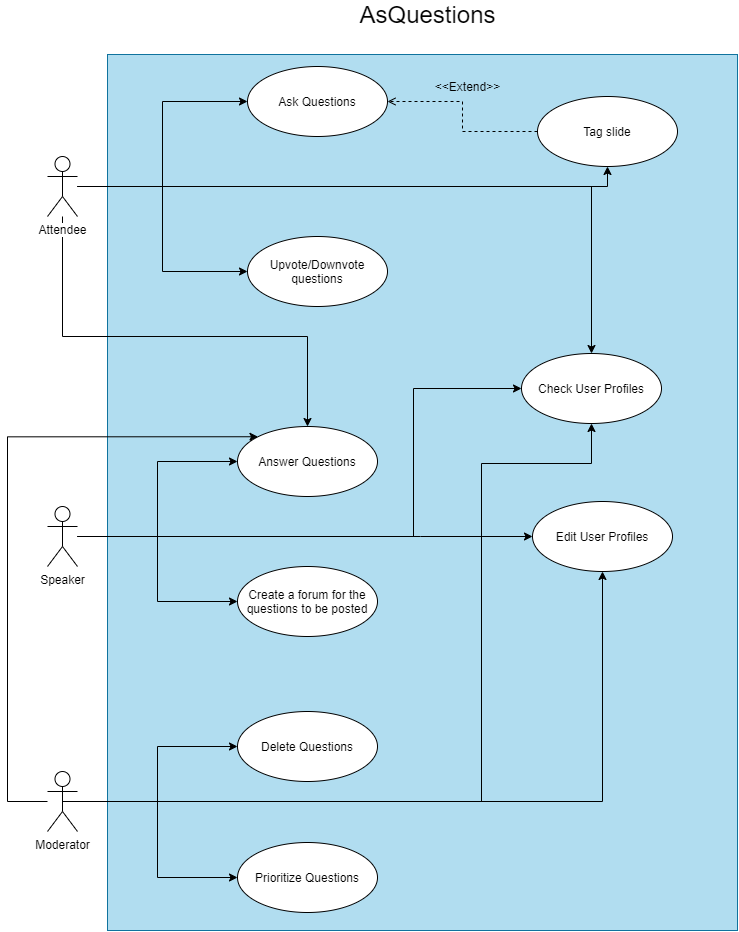
Earlier version of the draw.io export img/use_cases.png (FEUP-ESOF-2020-21/open-cx-t1g1-ploggers). Source tidied: cells renumbered, new cells last; positions are measured from the earlier drawing's top-left corner, leaving out a move shared by most shapes.
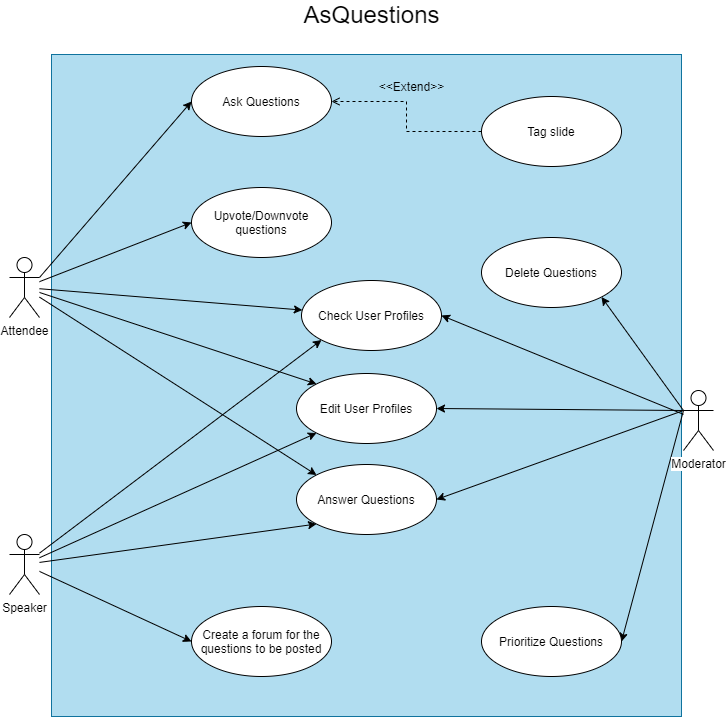
Later version of the same file.

Commit message:
Modified User cases diagram, updated readme

The edit, as a diff of the source:
```diff
@@ -3,36 +3,31 @@
     <mxCell id="0" />
     <mxCell id="1" parent="0" />
     <mxCell id="2" style="rounded=0;whiteSpace=wrap;html=1;fillColor=#b1ddf0;strokeColor=#10739e;" parent="1" vertex="1">
-      <mxGeometry x="100" y="50" width="630" height="876" as="geometry" />
+      <mxGeometry x="100" y="50" width="630" height="662" as="geometry" />
     </mxCell>
-    <mxCell id="3" style="edgeStyle=orthogonalEdgeStyle;rounded=0;jettySize=auto;html=1;entryX=0.5;entryY=0;entryDx=0;entryDy=0;" parent="1" edge="1" source="8" target="19">
-      <mxGeometry relative="1" as="geometry">
-        <Array as="points">
-          <mxPoint x="55" y="332" />
-          <mxPoint x="300" y="332" />
-        </Array>
-      </mxGeometry>
+    <mxCell id="3" style="rounded=0;jettySize=auto;html=1;entryX=0;entryY=0;entryDx=0;entryDy=0;" parent="1" edge="1" source="8" target="19">
+      <mxGeometry relative="1" as="geometry" />
     </mxCell>
+    <mxCell id="5" style="rounded=0;jettySize=auto;html=1;entryX=0;entryY=0.5;entryDx=0;entryDy=0;" parent="1" edge="1" source="8" target="10">
+      <mxGeometry relative="1" as="geometry" />
+    </mxCell>
+    <mxCell id="7" style="rounded=0;jettySize=auto;html=1;" parent="1" edge="1" source="8" target="30">
+      <mxGeometry relative="1" as="geometry" />
+    </mxCell>
-    <mxCell id="4" style="edgeStyle=orthogonalEdgeStyle;rounded=0;jettySize=auto;html=1;entryX=0;entryY=0.5;entryDx=0;entryDy=0;" parent="1" edge="1" source="8" target="9">
+    <mxCell id="4" style="rounded=0;jettySize=auto;html=1;entryX=0;entryY=0.5;entryDx=0;entryDy=0;exitX=1;exitY=0.3333333333333333;exitDx=0;exitDy=0;exitPerimeter=0;" parent="1" edge="1" source="8" target="9">
       <mxGeometry relative="1" as="geometry" />
     </mxCell>
-    <mxCell id="5" style="edgeStyle=orthogonalEdgeStyle;rounded=0;jettySize=auto;html=1;entryX=0;entryY=0.5;entryDx=0;entryDy=0;" parent="1" edge="1" source="8" target="10">
-      <mxGeometry relative="1" as="geometry" />
-    </mxCell>
-    <mxCell id="6" style="edgeStyle=orthogonalEdgeStyle;rounded=0;jettySize=auto;html=1;entryX=0.5;entryY=1;entryDx=0;entryDy=0;" parent="1" edge="1" source="8" target="12">
-      <mxGeometry relative="1" as="geometry" />
-    </mxCell>
-    <mxCell id="7" style="edgeStyle=orthogonalEdgeStyle;rounded=0;jettySize=auto;html=1;" parent="1" edge="1" source="8" target="30">
-      <mxGeometry relative="1" as="geometry" />
-    </mxCell>
+    <mxCell id="32" style="edgeStyle=none;rounded=0;jettySize=auto;html=1;entryX=0;entryY=0;entryDx=0;entryDy=0;" parent="1" edge="1" source="8" target="31">
+      <mxGeometry relative="1" as="geometry" />
+    </mxCell>
     <mxCell id="8" value="Attendee" style="shape=umlActor;verticalLabelPosition=bottom;labelBackgroundColor=#ffffff;verticalAlign=top;html=1;" parent="1" vertex="1">
-      <mxGeometry x="40" y="152" width="30" height="60" as="geometry" />
+      <mxGeometry x="58" y="253" width="30" height="60" as="geometry" />
     </mxCell>
     <mxCell id="9" value="Ask Questions" style="ellipse;whiteSpace=wrap;html=1;" parent="1" vertex="1">
       <mxGeometry x="240" y="62" width="140" height="70" as="geometry" />
     </mxCell>
     <mxCell id="10" value="Upvote/Downvote questions" style="ellipse;whiteSpace=wrap;html=1;" parent="1" vertex="1">
-      <mxGeometry x="240" y="232" width="140" height="70" as="geometry" />
+      <mxGeometry x="240" y="183" width="140" height="70" as="geometry" />
     </mxCell>
     <mxCell id="11" style="edgeStyle=orthogonalEdgeStyle;rounded=0;jettySize=auto;html=1;exitX=0;exitY=0.5;exitDx=0;exitDy=0;dashed=1;endArrow=open;endFill=0;" parent="1" edge="1" source="12" target="9">
       <mxGeometry relative="1" as="geometry" />
@@ -40,68 +35,47 @@
     <mxCell id="12" value="Tag slide" style="ellipse;whiteSpace=wrap;html=1;" parent="1" vertex="1">
       <mxGeometry x="530" y="92" width="140" height="70" as="geometry" />
     </mxCell>
-    <mxCell id="13" style="edgeStyle=orthogonalEdgeStyle;rounded=0;jettySize=auto;html=1;entryX=0;entryY=0.5;entryDx=0;entryDy=0;" parent="1" edge="1" source="17" target="30">
-      <mxGeometry relative="1" as="geometry">
-        <Array as="points">
-          <mxPoint x="406" y="532" />
-          <mxPoint x="406" y="384" />
-        </Array>
-      </mxGeometry>
+    <mxCell id="13" style="rounded=0;jettySize=auto;html=1;entryX=0;entryY=1;entryDx=0;entryDy=0;" parent="1" edge="1" source="17" target="30">
+      <mxGeometry relative="1" as="geometry" />
     </mxCell>
-    <mxCell id="14" style="edgeStyle=orthogonalEdgeStyle;rounded=0;jettySize=auto;html=1;entryX=0;entryY=0.5;entryDx=0;entryDy=0;" parent="1" edge="1" source="17" target="31">
-      <mxGeometry relative="1" as="geometry">
-        <Array as="points">
-          <mxPoint x="413" y="532" />
-          <mxPoint x="413" y="532" />
-        </Array>
-      </mxGeometry>
+    <mxCell id="14" style="rounded=0;jettySize=auto;html=1;entryX=0;entryY=1;entryDx=0;entryDy=0;" parent="1" edge="1" source="17" target="31">
+      <mxGeometry relative="1" as="geometry" />
     </mxCell>
-    <mxCell id="15" style="edgeStyle=orthogonalEdgeStyle;rounded=0;jettySize=auto;html=1;entryX=0;entryY=0.5;entryDx=0;entryDy=0;" parent="1" edge="1" source="17" target="26">
+    <mxCell id="15" style="rounded=0;jettySize=auto;html=1;entryX=0;entryY=0.5;entryDx=0;entryDy=0;" parent="1" edge="1" source="17" target="26">
       <mxGeometry relative="1" as="geometry" />
     </mxCell>
-    <mxCell id="16" style="edgeStyle=orthogonalEdgeStyle;rounded=0;jettySize=auto;html=1;entryX=0;entryY=0.5;entryDx=0;entryDy=0;" parent="1" edge="1" source="17" target="19">
+    <mxCell id="16" style="rounded=0;jettySize=auto;html=1;entryX=0;entryY=1;entryDx=0;entryDy=0;" parent="1" edge="1" source="17" target="19">
       <mxGeometry relative="1" as="geometry" />
     </mxCell>
     <mxCell id="17" value="Speaker" style="shape=umlActor;verticalLabelPosition=bottom;labelBackgroundColor=#ffffff;verticalAlign=top;html=1;" parent="1" vertex="1">
-      <mxGeometry x="40" y="502" width="30" height="60" as="geometry" />
+      <mxGeometry x="58" y="530" width="30" height="60" as="geometry" />
     </mxCell>
     <mxCell id="18" value="Delete Questions" style="ellipse;whiteSpace=wrap;html=1;" parent="1" vertex="1">
-      <mxGeometry x="230" y="707" width="140" height="70" as="geometry" />
+      <mxGeometry x="530" y="233" width="140" height="70" as="geometry" />
     </mxCell>
     <mxCell id="19" value="Answer Questions" style="ellipse;whiteSpace=wrap;html=1;" parent="1" vertex="1">
-      <mxGeometry x="230" y="422" width="140" height="70" as="geometry" />
+      <mxGeometry x="345" y="460" width="140" height="70" as="geometry" />
     </mxCell>
-    <mxCell id="20" style="edgeStyle=orthogonalEdgeStyle;rounded=0;jettySize=auto;html=1;exitX=0.5;exitY=0.5;exitDx=0;exitDy=0;exitPerimeter=0;entryX=0;entryY=0.5;entryDx=0;entryDy=0;" parent="1" edge="1" source="25" target="18">
+    <mxCell id="20" style="rounded=0;jettySize=auto;html=1;exitX=0;exitY=0.3333333333333333;exitDx=0;exitDy=0;exitPerimeter=0;entryX=1;entryY=1;entryDx=0;entryDy=0;" parent="1" edge="1" source="25" target="18">
       <mxGeometry relative="1" as="geometry" />
     </mxCell>
-    <mxCell id="21" style="edgeStyle=orthogonalEdgeStyle;rounded=0;jettySize=auto;html=1;exitX=0.5;exitY=0.5;exitDx=0;exitDy=0;exitPerimeter=0;entryX=0;entryY=0.5;entryDx=0;entryDy=0;" parent="1" edge="1" source="25" target="29">
+    <mxCell id="21" style="rounded=0;jettySize=auto;html=1;entryX=1;entryY=0.5;entryDx=0;entryDy=0;exitX=0;exitY=0.3333333333333333;exitDx=0;exitDy=0;exitPerimeter=0;" parent="1" edge="1" source="25" target="29">
       <mxGeometry relative="1" as="geometry" />
     </mxCell>
-    <mxCell id="22" style="edgeStyle=orthogonalEdgeStyle;rounded=0;jettySize=auto;html=1;entryX=0;entryY=0;entryDx=0;entryDy=0;" parent="1" edge="1" source="25" target="19">
-      <mxGeometry relative="1" as="geometry">
-        <Array as="points">
-          <mxPoint y="797" />
-          <mxPoint y="432" />
-        </Array>
-      </mxGeometry>
+    <mxCell id="22" style="rounded=0;jettySize=auto;html=1;entryX=1;entryY=0.5;entryDx=0;entryDy=0;exitX=0;exitY=0.3333333333333333;exitDx=0;exitDy=0;exitPerimeter=0;" parent="1" edge="1" source="25" target="19">
+      <mxGeometry relative="1" as="geometry" />
     </mxCell>
-    <mxCell id="23" style="edgeStyle=orthogonalEdgeStyle;rounded=0;jettySize=auto;html=1;" parent="1" edge="1" source="25" target="31">
+    <mxCell id="23" style="rounded=0;jettySize=auto;html=1;entryX=1;entryY=0.5;entryDx=0;entryDy=0;exitX=0;exitY=0.3333333333333333;exitDx=0;exitDy=0;exitPerimeter=0;" parent="1" edge="1" source="25" target="31">
       <mxGeometry relative="1" as="geometry" />
     </mxCell>
-    <mxCell id="24" style="edgeStyle=orthogonalEdgeStyle;rounded=0;jettySize=auto;html=1;entryX=0.5;entryY=1;entryDx=0;entryDy=0;" parent="1" edge="1" source="25" target="30">
-      <mxGeometry relative="1" as="geometry">
-        <Array as="points">
-          <mxPoint x="474" y="797" />
-          <mxPoint x="474" y="459" />
-          <mxPoint x="584" y="459" />
-        </Array>
-      </mxGeometry>
+    <mxCell id="24" style="rounded=0;jettySize=auto;html=1;entryX=1;entryY=0.5;entryDx=0;entryDy=0;" parent="1" edge="1" source="25" target="30">
+      <mxGeometry relative="1" as="geometry" />
     </mxCell>
     <mxCell id="25" value="Moderator" style="shape=umlActor;verticalLabelPosition=bottom;labelBackgroundColor=#ffffff;verticalAlign=top;html=1;" parent="1" vertex="1">
-      <mxGeometry x="40" y="767" width="30" height="60" as="geometry" />
+      <mxGeometry x="732" y="386" width="30" height="60" as="geometry" />
     </mxCell>
     <mxCell id="26" value="Create a forum for the questions to be posted" style="ellipse;whiteSpace=wrap;html=1;" parent="1" vertex="1">
-      <mxGeometry x="230" y="562" width="140" height="70" as="geometry" />
+      <mxGeometry x="240" y="602" width="140" height="70" as="geometry" />
     </mxCell>
     <mxCell id="27" value="&amp;lt;&amp;lt;Extend&amp;gt;&amp;gt;" style="text;html=1;align=center;verticalAlign=middle;" parent="1" vertex="1">
       <mxGeometry x="420" y="72" width="80" height="20" as="geometry" />
@@ -110,13 +84,13 @@
       <mxGeometry x="345" width="150" height="20" as="geometry" />
     </mxCell>
     <mxCell id="29" value="Prioritize Questions" style="ellipse;whiteSpace=wrap;html=1;" parent="1" vertex="1">
-      <mxGeometry x="230" y="838" width="140" height="70" as="geometry" />
+      <mxGeometry x="530" y="602" width="140" height="70" as="geometry" />
     </mxCell>
     <mxCell id="30" value="Check User Profiles" style="ellipse;whiteSpace=wrap;html=1;" parent="1" vertex="1">
-      <mxGeometry x="514" y="349" width="140" height="70" as="geometry" />
+      <mxGeometry x="350" y="276" width="140" height="70" as="geometry" />
     </mxCell>
     <mxCell id="31" value="Edit User Profiles" style="ellipse;whiteSpace=wrap;html=1;" parent="1" vertex="1">
-      <mxGeometry x="525" y="497" width="140" height="70" as="geometry" />
+      <mxGeometry x="345" y="369" width="140" height="70" as="geometry" />
     </mxCell>
   </root>
 </mxGraphModel>
```
